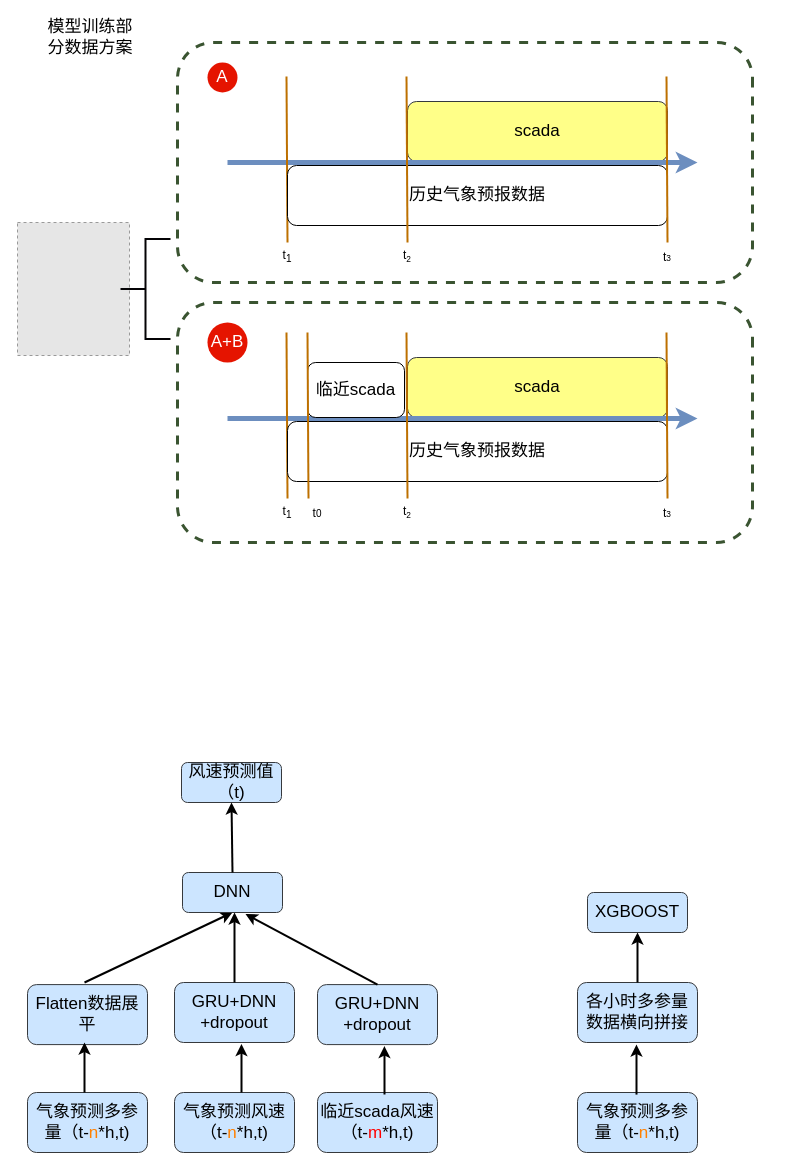
Before: 专利.drawio in dingying1990/drawio, a draw.io diagram. Source tidied: cells renumbered, new cells numbered last; positions are measured from the earlier drawing's top-left corner, leaving out a move shared by most shapes. Both pictures are drawn from the tidied source at 100%, with x=0, y=0 at pixel (17, 22). Pictures stored in the file or linked from it are replaced by grey dashed boxes.
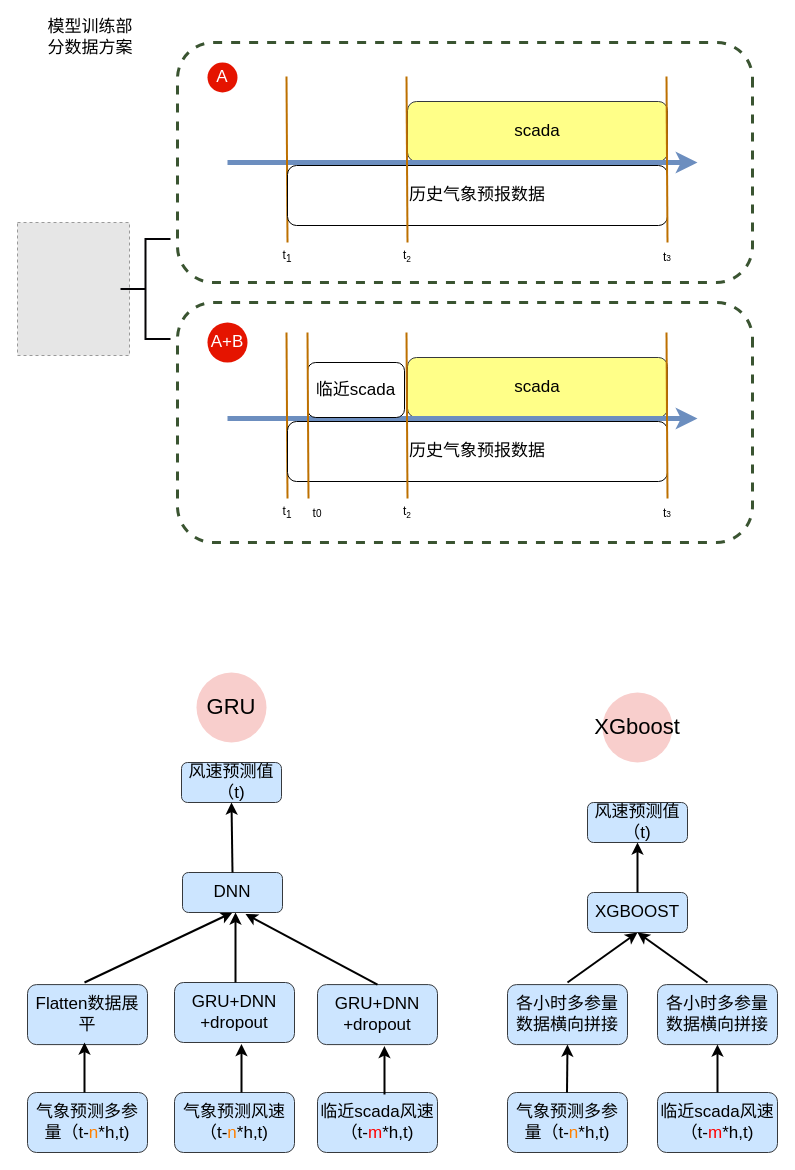
After the change.

The change refers to these unchanged cells:
```xml
<mxCell id="33" value="GRU+DNN&lt;br&gt;+dropout" style="rounded=1;whiteSpace=wrap;html=1;strokeColor=#36393d;strokeWidth=1;fontSize=17;fillColor=#cce5ff;" parent="1" vertex="1">
  <mxGeometry x="157" y="960" width="120" height="60" as="geometry" />
</mxCell>
<mxCell id="50" value="XGBOOST" style="rounded=1;whiteSpace=wrap;html=1;strokeColor=#36393d;strokeWidth=1;fontSize=17;fillColor=#cce5ff;" parent="1" vertex="1">
  <mxGeometry x="570" y="870" width="100" height="40" as="geometry" />
</mxCell>
```

What changed in the source:
```diff
@@
-    <mxCell id="37" style="endArrow=classic;html=1;rounded=0;strokeWidth=2;fontSize=17;exitX=0.5;exitY=0;exitDx=0;exitDy=0;" parent="1" edge="1" source="33">
+    <mxCell id="37" style="endArrow=classic;html=1;rounded=0;strokeWidth=2;fontSize=17;exitX=0.5;exitY=0;exitDx=0;exitDy=0;" parent="1" edge="1">
       <mxGeometry relative="1" as="geometry">
-        <mxPoint x="217" y="890" as="targetPoint" />
+        <mxPoint x="218" y="960" as="sourcePoint" />
+        <mxPoint x="218" y="890" as="targetPoint" />
       </mxGeometry>
     </mxCell>
@@
     <mxCell id="45" value="气象预测多参量（t-&lt;font color=&quot;#ff8000&quot;&gt;n&lt;/font&gt;*h,t)" style="rounded=1;whiteSpace=wrap;html=1;strokeColor=#36393d;strokeWidth=1;fontSize=17;fillColor=#cce5ff;" parent="1" vertex="1">
-      <mxGeometry x="560" y="1070" width="120" height="60" as="geometry" />
+      <mxGeometry x="490" y="1070" width="120" height="60" as="geometry" />
     </mxCell>
-    <mxCell id="46" style="endArrow=classic;html=1;rounded=0;strokeWidth=2;fontSize=17;" parent="1" edge="1">
+    <mxCell id="46" style="endArrow=classic;html=1;rounded=0;strokeWidth=2;fontSize=17;entryX=0.5;entryY=1;entryDx=0;entryDy=0;" parent="1" edge="1" target="47">
       <mxGeometry relative="1" as="geometry">
-        <mxPoint x="619" y="1072.1" as="sourcePoint" />
-        <mxPoint x="619" y="1022.1" as="targetPoint" />
+        <mxPoint x="549.5" y="1070" as="sourcePoint" />
       </mxGeometry>
     </mxCell>
     <mxCell id="47" value="各小时多参量数据横向拼接" style="rounded=1;whiteSpace=wrap;html=1;strokeColor=#36393d;strokeWidth=1;fontSize=17;fillColor=#cce5ff;" parent="1" vertex="1">
-      <mxGeometry x="560" y="960" width="120" height="60" as="geometry" />
+      <mxGeometry x="490" y="962.1" width="120" height="60" as="geometry" />
     </mxCell>
     <mxCell id="48" style="endArrow=classic;html=1;rounded=0;strokeWidth=2;fontSize=17;" parent="1" edge="1">
       <mxGeometry relative="1" as="geometry">
-        <mxPoint x="620" y="960" as="sourcePoint" />
+        <mxPoint x="550" y="960" as="sourcePoint" />
         <mxPoint x="620" y="910" as="targetPoint" />
       </mxGeometry>
     </mxCell>
@@
+    <mxCell id="51" style="endArrow=classic;html=1;rounded=0;strokeWidth=2;fontColor=#FF0000;" parent="1" edge="1" source="50">
+      <mxGeometry relative="1" as="geometry">
+        <mxPoint x="620" y="820" as="targetPoint" />
+      </mxGeometry>
+    </mxCell>
+    <mxCell id="52" value="风速预测值（t)" style="rounded=1;whiteSpace=wrap;html=1;strokeColor=#36393d;strokeWidth=1;fontSize=17;fillColor=#cce5ff;" parent="1" vertex="1">
+      <mxGeometry x="570" y="780" width="100" height="40" as="geometry" />
+    </mxCell>
+    <mxCell id="53" value="各小时多参量数据横向拼接" style="rounded=1;whiteSpace=wrap;html=1;strokeColor=#36393d;strokeWidth=1;fontSize=17;fillColor=#cce5ff;" parent="1" vertex="1">
+      <mxGeometry x="640" y="962.1" width="120" height="60" as="geometry" />
+    </mxCell>
+    <mxCell id="54" style="endArrow=classic;html=1;rounded=0;strokeWidth=2;fontSize=17;entryX=0.5;entryY=1;entryDx=0;entryDy=0;" parent="1" edge="1" target="50">
+      <mxGeometry relative="1" as="geometry">
+        <mxPoint x="690" y="960" as="sourcePoint" />
+      </mxGeometry>
+    </mxCell>
+    <mxCell id="55" value="临近scada风速（t-&lt;font color=&quot;#ff0000&quot;&gt;m&lt;/font&gt;*h,t)" style="rounded=1;whiteSpace=wrap;html=1;strokeColor=#36393d;strokeWidth=1;fontSize=17;fillColor=#cce5ff;" parent="1" vertex="1">
+      <mxGeometry x="640" y="1070" width="120" height="60" as="geometry" />
+    </mxCell>
+    <mxCell id="56" style="endArrow=classic;html=1;rounded=0;strokeWidth=2;fontSize=17;entryX=0.5;entryY=1;entryDx=0;entryDy=0;exitX=0.5;exitY=0;exitDx=0;exitDy=0;" parent="1" edge="1" source="55" target="53">
+      <mxGeometry relative="1" as="geometry" />
+    </mxCell>
+    <mxCell id="57" value="GRU" style="ellipse;whiteSpace=wrap;html=1;fontSize=22;strokeColor=none;fillColor=#f8cecc;" parent="1" vertex="1">
+      <mxGeometry x="179" y="650" width="70" height="70" as="geometry" />
+    </mxCell>
+    <mxCell id="58" value="XGboost" style="ellipse;whiteSpace=wrap;html=1;fontSize=22;strokeColor=none;fillColor=#f8cecc;" parent="1" vertex="1">
+      <mxGeometry x="585" y="670" width="70" height="70" as="geometry" />
+    </mxCell>
```
